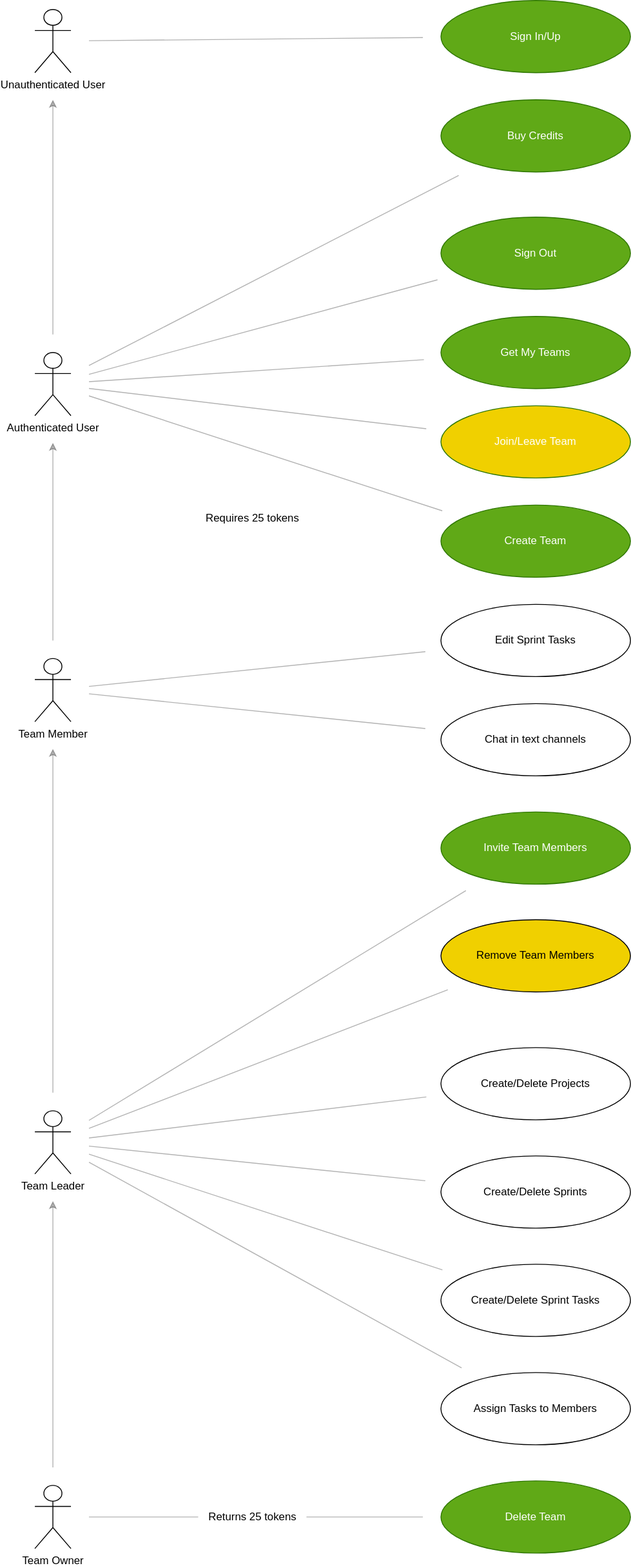
Above: packages/domain/src/use-cases/index.drawio.svg in john-prutton/tarc (draw.io), before the change. Source tidied: cells renumbered, new cells last; positions are measured from the earlier drawing's top-left corner, leaving out a move shared by most shapes.
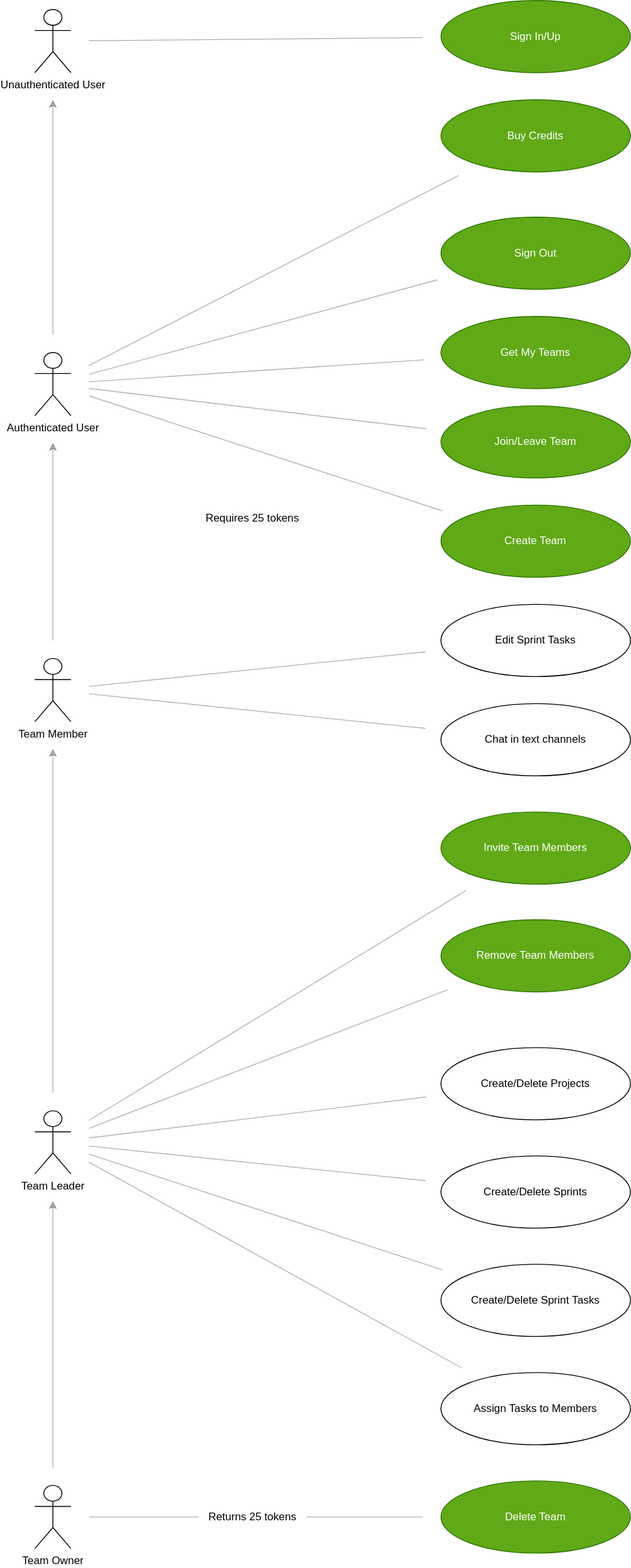
After the change.

Commit message:
planning: update uml

What changed in the source:
```diff
@@ -71,7 +71,7 @@
     <mxCell id="24" style="rounded=0;jettySize=auto;html=1;endArrow=none;endFill=0;targetPerimeterSpacing=20;sourcePerimeterSpacing=20;endSize=6;opacity=30;" parent="1" edge="1" source="22" target="25">
       <mxGeometry relative="1" as="geometry" />
     </mxCell>
-    <mxCell id="25" value="Join/Leave Team" style="ellipse;whiteSpace=wrap;html=1;fillColor=#F0D000;fontColor=#ffffff;strokeColor=#2D7600;" parent="1" vertex="1">
+    <mxCell id="25" value="Join/Leave Team" style="ellipse;whiteSpace=wrap;html=1;fillColor=#60a917;fontColor=#ffffff;strokeColor=#2D7600;" parent="1" vertex="1">
       <mxGeometry x="450" y="449" width="210" height="80" as="geometry" />
     </mxCell>
     <mxCell id="26" value="Create/Delete Sprints" style="ellipse;whiteSpace=wrap;html=1;" parent="1" vertex="1">
@@ -122,7 +122,7 @@
     <mxCell id="41" value="Get My Teams" style="ellipse;whiteSpace=wrap;html=1;fillColor=#60a917;fontColor=#ffffff;strokeColor=#2D7600;" parent="1" vertex="1">
       <mxGeometry x="450" y="350" width="210" height="80" as="geometry" />
     </mxCell>
-    <mxCell id="42" value="Remove Team Members" style="ellipse;whiteSpace=wrap;html=1;fillColor=#F0D000;" parent="1" vertex="1">
+    <mxCell id="42" value="Remove Team Members" style="ellipse;whiteSpace=wrap;html=1;fillColor=#60a917;fontColor=#ffffff;strokeColor=#2D7600;" parent="1" vertex="1">
       <mxGeometry x="450" y="1018.4" width="210" height="80" as="geometry" />
     </mxCell>
     <mxCell id="43" style="rounded=0;jettySize=auto;html=1;endArrow=none;endFill=0;targetPerimeterSpacing=20;sourcePerimeterSpacing=20;endSize=6;opacity=30;" parent="1" edge="1" source="12" target="42">
```
